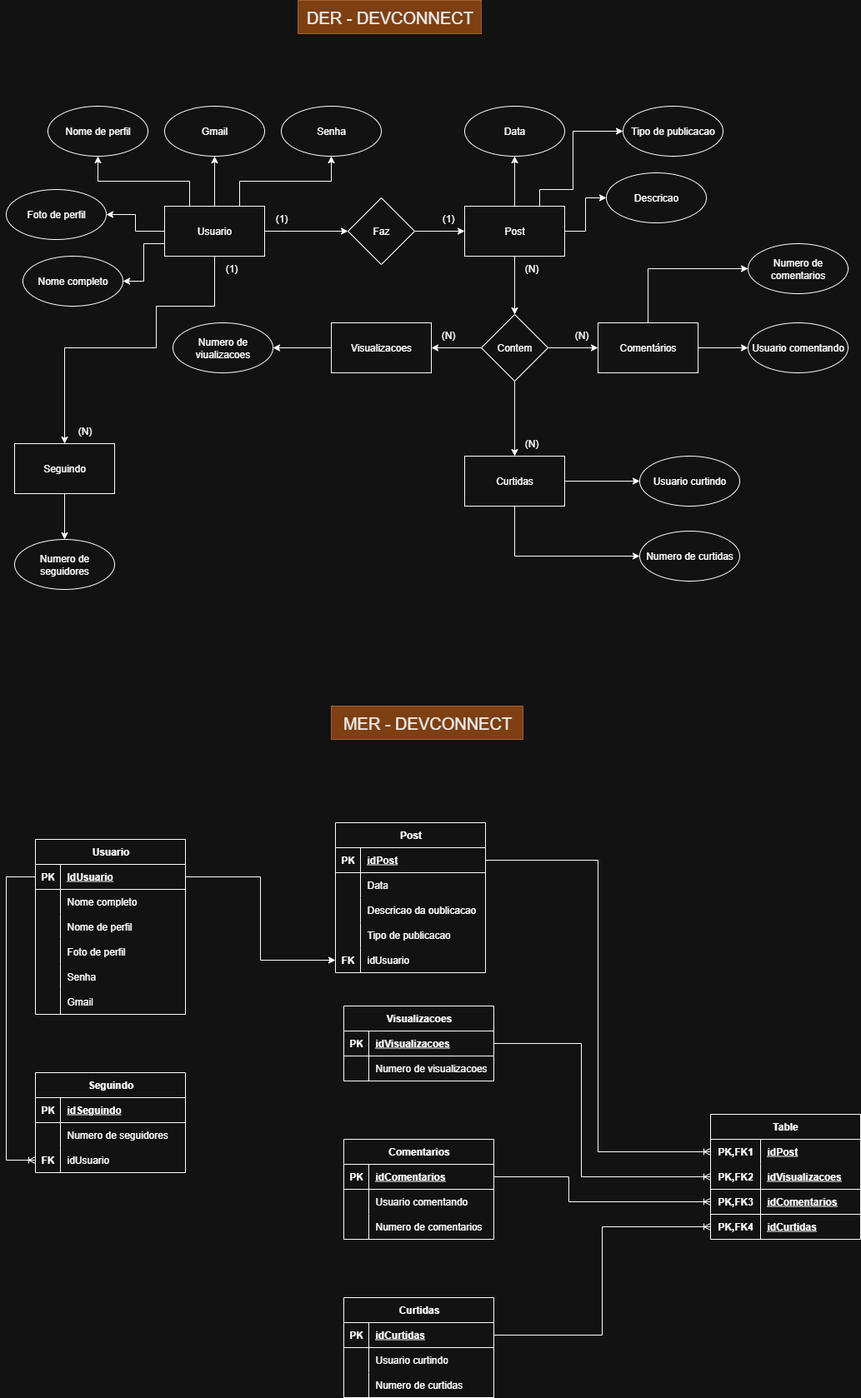
This is DER-ESCOLA-MOURA-Página-11.drawio.png from Joao-Santos-F/Banco_de-Dados-M, a draw.io export, as it was before one commit. Source tidied: cells renumbered, new cells last; positions are measured from the earlier drawing's top-left corner, leaving out a move shared by most shapes.
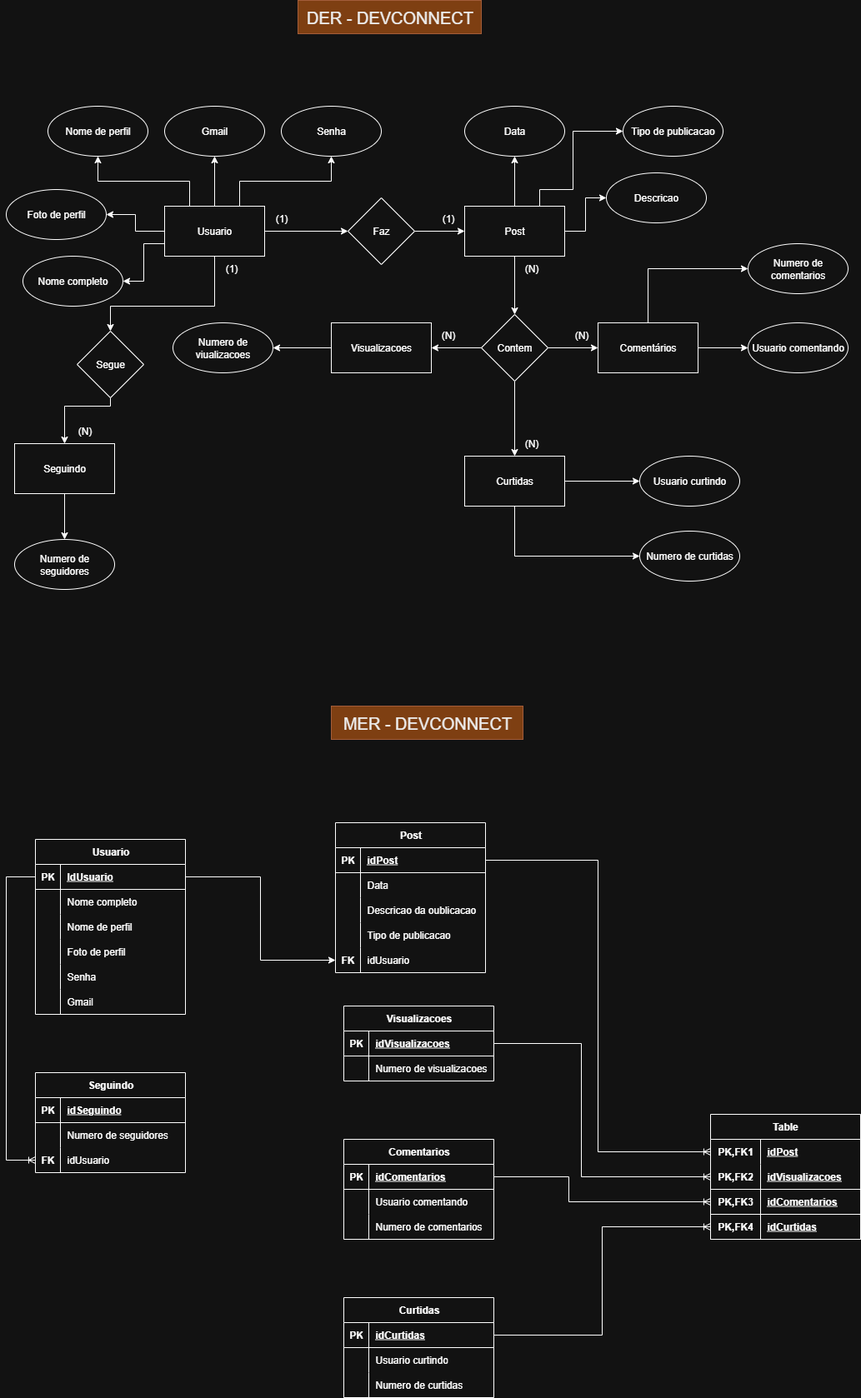
After the change.

Commit message:
feito a atividade da DevConnect e banco de dados

Diff of the diagram source:
```diff
@@ -20,16 +20,14 @@
     <mxCell id="7" style="edgeStyle=orthogonalEdgeStyle;rounded=0;jettySize=auto;html=1;exitX=0;exitY=0.75;exitDx=0;exitDy=0;entryX=1;entryY=0.5;entryDx=0;entryDy=0;" parent="1" edge="1" source="9" target="45">
       <mxGeometry relative="1" as="geometry" />
     </mxCell>
-    <mxCell id="8" style="edgeStyle=orthogonalEdgeStyle;rounded=0;jettySize=auto;html=1;exitX=0.5;exitY=1;exitDx=0;exitDy=0;entryX=0.5;entryY=0;entryDx=0;entryDy=0;" parent="1" edge="1" source="9" target="131">
-      <mxGeometry relative="1" as="geometry">
-        <Array as="points">
-          <mxPoint x="250" y="367" />
-          <mxPoint x="180" y="367" />
-          <mxPoint x="180" y="417" />
-          <mxPoint x="70" y="417" />
-        </Array>
-      </mxGeometry>
-    </mxCell>
+    <mxCell id="146" style="edgeStyle=orthogonalEdgeStyle;rounded=0;jettySize=auto;html=1;exitX=0.5;exitY=1;exitDx=0;exitDy=0;entryX=0.5;entryY=0;entryDx=0;entryDy=0;" parent="1" edge="1" source="9" target="148">
+      <mxGeometry relative="1" as="geometry">
+        <Array as="points">
+          <mxPoint x="250" y="367" />
+          <mxPoint x="125" y="367" />
+        </Array>
+      </mxGeometry>
+    </mxCell>
     <mxCell id="9" value="Usuario" style="rounded=0;whiteSpace=wrap;html=1;" parent="1" vertex="1">
       <mxGeometry x="190" y="247" width="120" height="60" as="geometry" />
     </mxCell>
@@ -462,5 +460,16 @@
         </Array>
       </mxGeometry>
     </mxCell>
+    <mxCell id="147" style="edgeStyle=orthogonalEdgeStyle;rounded=0;jettySize=auto;html=1;exitX=0.5;exitY=1;exitDx=0;exitDy=0;entryX=0.5;entryY=0;entryDx=0;entryDy=0;" parent="1" edge="1" source="148" target="131">
+      <mxGeometry relative="1" as="geometry">
+        <Array as="points">
+          <mxPoint x="125" y="487" />
+          <mxPoint x="70" y="487" />
+        </Array>
+      </mxGeometry>
+    </mxCell>
+    <mxCell id="148" value="Segue" style="rhombus;whiteSpace=wrap;html=1;" parent="1" vertex="1">
+      <mxGeometry x="85" y="397" width="80" height="80" as="geometry" />
+    </mxCell>
   </root>
 </mxGraphModel>
```
